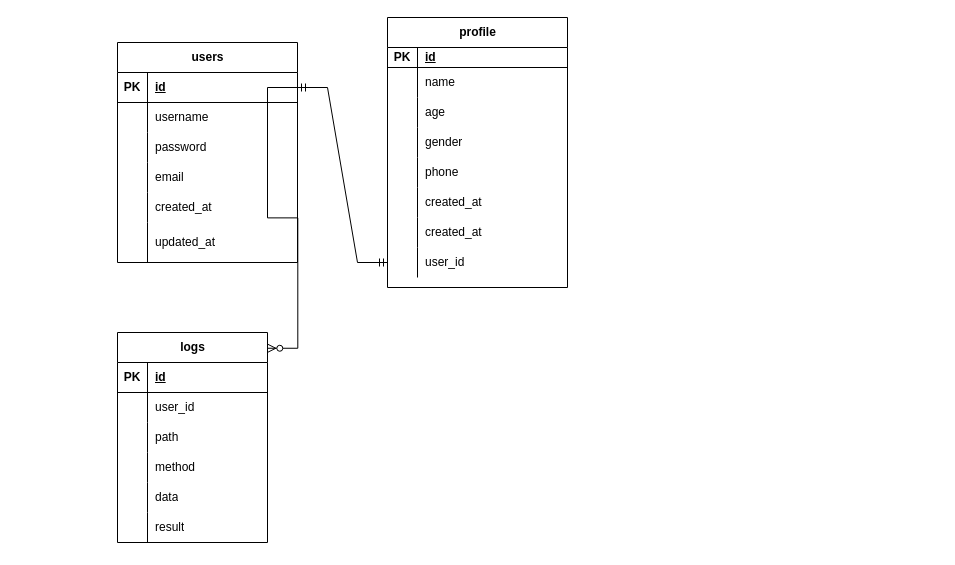
The draw.io diagram mysite.drawio in FlyingFish1314/diagrams, before the edit. Source tidied: cells renumbered, new cells numbered last; positions are measured from the earlier drawing's top-left corner, leaving out a move shared by most shapes. Both pictures are drawn from the tidied source at 100%, with x=0, y=0 at pixel (117, 17).
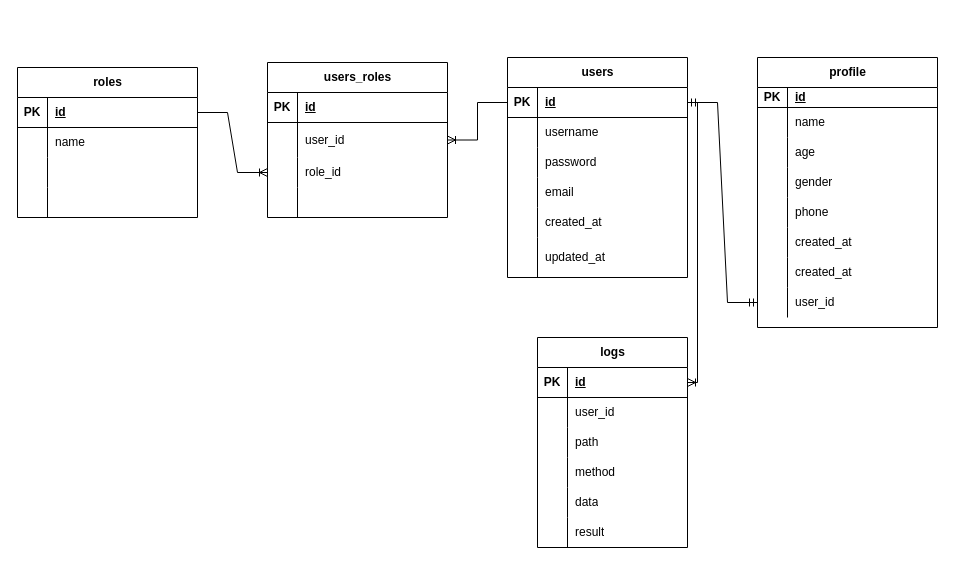
The same page after the edit.

Commit message:
基础关系表

The change refers to these unchanged cells:
```xml
<mxCell id="3" style="shape=tableRow;horizontal=0;startSize=0;swimlaneHead=0;swimlaneBody=0;fillColor=none;points=[[0,0.5],[1,0.5]];portConstraint=eastwest;top=0;left=0;right=0;bottom=1;" parent="2" vertex="1">
  <mxGeometry y="30" width="180" height="30" as="geometry" />
</mxCell>
<mxCell id="48" style="shape=tableRow;horizontal=0;startSize=0;swimlaneHead=0;swimlaneBody=0;fillColor=none;points=[[0,0.5],[1,0.5]];portConstraint=eastwest;top=0;left=0;right=0;bottom=1;" parent="47" vertex="1">
  <mxGeometry y="30" width="150" height="30" as="geometry" />
</mxCell>
```

The edit, as a diff of the source:
```diff
@@
     <mxCell id="2" value="users" style="shape=table;startSize=30;childLayout=tableLayout;rowLines=0;fontStyle=1;align=center;html=1;" parent="1" vertex="1">
-      <mxGeometry y="25" width="180" height="220" as="geometry" />
+      <mxGeometry x="390" y="40" width="180" height="220" as="geometry" />
     </mxCell>
@@
     <mxCell id="21" value="profile" style="shape=table;startSize=30;childLayout=tableLayout;rowLines=0;fontStyle=1;align=center;html=1;" parent="1" vertex="1">
-      <mxGeometry x="270" width="180" height="270" as="geometry" />
+      <mxGeometry x="640" y="40" width="180" height="270" as="geometry" />
     </mxCell>
@@
     <mxCell id="47" value="logs" style="shape=table;startSize=30;childLayout=tableLayout;rowLines=0;fontStyle=1;align=center;html=1;" parent="1" vertex="1">
-      <mxGeometry y="315" width="150" height="210" as="geometry" />
+      <mxGeometry x="420" y="320" width="150" height="210" as="geometry" />
     </mxCell>
@@
-    <mxCell id="66" style="edgeStyle=entityRelationEdgeStyle;fontSize=12;html=1;endArrow=ERzeroToMany;endFill=1;rounded=0;exitX=1;exitY=0.5;exitDx=0;exitDy=0;entryX=1.002;entryY=0.075;entryDx=0;entryDy=0;entryPerimeter=0;" parent="1" edge="1" source="3" target="47">
-      <mxGeometry relative="1" as="geometry" />
-    </mxCell>
+    <mxCell id="67" style="edgeStyle=orthogonalEdgeStyle;fontSize=12;html=1;endArrow=ERoneToMany;rounded=0;exitX=1;exitY=0.5;exitDx=0;exitDy=0;entryX=1;entryY=0.5;entryDx=0;entryDy=0;" parent="1" edge="1" source="3" target="48">
+      <mxGeometry relative="1" as="geometry" />
+    </mxCell>
+    <mxCell id="68" value="users_roles" style="shape=table;startSize=30;childLayout=tableLayout;rowLines=0;fontStyle=1;align=center;html=1;" parent="1" vertex="1">
+      <mxGeometry x="150" y="45" width="180" height="155" as="geometry" />
+    </mxCell>
+    <mxCell id="69" style="shape=tableRow;horizontal=0;startSize=0;swimlaneHead=0;swimlaneBody=0;fillColor=none;top=0;left=0;right=0;bottom=1;" parent="68" vertex="1">
+      <mxGeometry y="30" width="180" height="30" as="geometry" />
+    </mxCell>
+    <mxCell id="70" value="PK" style="shape=partialRectangle;fillColor=none;top=0;left=0;bottom=0;right=0;fontStyle=1;overflow=hidden;whiteSpace=wrap;html=1;" parent="69" vertex="1">
+      <mxGeometry width="30" height="30" as="geometry" />
+    </mxCell>
+    <mxCell id="71" value="id" style="shape=partialRectangle;fillColor=none;top=0;left=0;bottom=0;right=0;align=left;spacingLeft=6;fontStyle=5;overflow=hidden;whiteSpace=wrap;html=1;" parent="69" vertex="1">
+      <mxGeometry x="30" width="150" height="30" as="geometry" />
+    </mxCell>
+    <mxCell id="72" style="shape=tableRow;horizontal=0;startSize=0;swimlaneHead=0;swimlaneBody=0;fillColor=none;points=[[0,0.5],[1,0.5]];portConstraint=eastwest;top=0;left=0;right=0;bottom=0;" parent="68" vertex="1">
+      <mxGeometry y="60" width="180" height="35" as="geometry" />
+    </mxCell>
+    <mxCell id="73" style="shape=partialRectangle;fillColor=none;top=0;left=0;bottom=0;right=0;overflow=hidden;whiteSpace=wrap;html=1;" parent="72" vertex="1">
+      <mxGeometry width="30" height="35" as="geometry" />
+    </mxCell>
+    <mxCell id="74" value="user_id" style="shape=partialRectangle;fillColor=none;top=0;left=0;bottom=0;right=0;align=left;spacingLeft=6;overflow=hidden;whiteSpace=wrap;html=1;" parent="72" vertex="1">
+      <mxGeometry x="30" width="150" height="35" as="geometry" />
+    </mxCell>
+    <mxCell id="75" style="shape=tableRow;horizontal=0;startSize=0;swimlaneHead=0;swimlaneBody=0;fillColor=none;points=[[0,0.5],[1,0.5]];portConstraint=eastwest;top=0;left=0;right=0;bottom=0;" parent="68" vertex="1">
+      <mxGeometry y="95" width="180" height="30" as="geometry" />
+    </mxCell>
+    <mxCell id="76" style="shape=partialRectangle;fillColor=none;top=0;left=0;bottom=0;right=0;overflow=hidden;whiteSpace=wrap;html=1;" parent="75" vertex="1">
+      <mxGeometry width="30" height="30" as="geometry" />
+    </mxCell>
+    <mxCell id="77" value="role_id" style="shape=partialRectangle;fillColor=none;top=0;left=0;bottom=0;right=0;align=left;spacingLeft=6;overflow=hidden;whiteSpace=wrap;html=1;" parent="75" vertex="1">
+      <mxGeometry x="30" width="150" height="30" as="geometry" />
+    </mxCell>
+    <mxCell id="78" style="shape=tableRow;horizontal=0;startSize=0;swimlaneHead=0;swimlaneBody=0;fillColor=none;top=0;left=0;right=0;bottom=0;" parent="68" vertex="1">
+      <mxGeometry y="125" width="180" height="30" as="geometry" />
+    </mxCell>
+    <mxCell id="79" style="shape=partialRectangle;fillColor=none;top=0;left=0;bottom=0;right=0;overflow=hidden;whiteSpace=wrap;html=1;" parent="78" vertex="1">
+      <mxGeometry width="30" height="30" as="geometry" />
+    </mxCell>
+    <mxCell id="80" style="shape=partialRectangle;fillColor=none;top=0;left=0;bottom=0;right=0;align=left;spacingLeft=6;overflow=hidden;whiteSpace=wrap;html=1;" parent="78" vertex="1">
+      <mxGeometry x="30" width="150" height="30" as="geometry" />
+    </mxCell>
+    <mxCell id="81" value="roles" style="shape=table;startSize=30;childLayout=tableLayout;rowLines=0;fontStyle=1;align=center;html=1;" parent="1" vertex="1">
+      <mxGeometry x="-100" y="50" width="180" height="150" as="geometry" />
+    </mxCell>
+    <mxCell id="82" style="shape=tableRow;horizontal=0;startSize=0;swimlaneHead=0;swimlaneBody=0;fillColor=none;points=[[0,0.5],[1,0.5]];portConstraint=eastwest;top=0;left=0;right=0;bottom=1;" parent="81" vertex="1">
+      <mxGeometry y="30" width="180" height="30" as="geometry" />
+    </mxCell>
+    <mxCell id="83" value="PK" style="shape=partialRectangle;fillColor=none;top=0;left=0;bottom=0;right=0;fontStyle=1;overflow=hidden;whiteSpace=wrap;html=1;" parent="82" vertex="1">
+      <mxGeometry width="30" height="30" as="geometry" />
+    </mxCell>
+    <mxCell id="84" value="id" style="shape=partialRectangle;fillColor=none;top=0;left=0;bottom=0;right=0;align=left;spacingLeft=6;fontStyle=5;overflow=hidden;whiteSpace=wrap;html=1;" parent="82" vertex="1">
+      <mxGeometry x="30" width="150" height="30" as="geometry" />
+    </mxCell>
+    <mxCell id="85" style="shape=tableRow;horizontal=0;startSize=0;swimlaneHead=0;swimlaneBody=0;fillColor=none;top=0;left=0;right=0;bottom=0;" parent="81" vertex="1">
+      <mxGeometry y="60" width="180" height="30" as="geometry" />
+    </mxCell>
+    <mxCell id="86" style="shape=partialRectangle;fillColor=none;top=0;left=0;bottom=0;right=0;overflow=hidden;whiteSpace=wrap;html=1;" parent="85" vertex="1">
+      <mxGeometry width="30" height="30" as="geometry" />
+    </mxCell>
+    <mxCell id="87" value="name" style="shape=partialRectangle;fillColor=none;top=0;left=0;bottom=0;right=0;align=left;spacingLeft=6;overflow=hidden;whiteSpace=wrap;html=1;" parent="85" vertex="1">
+      <mxGeometry x="30" width="150" height="30" as="geometry" />
+    </mxCell>
+    <mxCell id="88" style="shape=tableRow;horizontal=0;startSize=0;swimlaneHead=0;swimlaneBody=0;fillColor=none;top=0;left=0;right=0;bottom=0;" parent="81" vertex="1">
+      <mxGeometry y="90" width="180" height="30" as="geometry" />
+    </mxCell>
+    <mxCell id="89" style="shape=partialRectangle;fillColor=none;top=0;left=0;bottom=0;right=0;overflow=hidden;whiteSpace=wrap;html=1;" parent="88" vertex="1">
+      <mxGeometry width="30" height="30" as="geometry" />
+    </mxCell>
+    <mxCell id="90" style="shape=partialRectangle;fillColor=none;top=0;left=0;bottom=0;right=0;align=left;spacingLeft=6;overflow=hidden;whiteSpace=wrap;html=1;strokeColor=default;" parent="88" vertex="1">
+      <mxGeometry x="30" width="150" height="30" as="geometry" />
+    </mxCell>
+    <mxCell id="91" style="shape=tableRow;horizontal=0;startSize=0;swimlaneHead=0;swimlaneBody=0;fillColor=none;top=0;left=0;right=0;bottom=0;" parent="81" vertex="1">
+      <mxGeometry y="120" width="180" height="30" as="geometry" />
+    </mxCell>
+    <mxCell id="92" style="shape=partialRectangle;fillColor=none;top=0;left=0;bottom=0;right=0;overflow=hidden;whiteSpace=wrap;html=1;" parent="91" vertex="1">
+      <mxGeometry width="30" height="30" as="geometry" />
+    </mxCell>
+    <mxCell id="93" style="shape=partialRectangle;fillColor=none;top=0;left=0;bottom=0;right=0;align=left;spacingLeft=6;overflow=hidden;whiteSpace=wrap;html=1;" parent="91" vertex="1">
+      <mxGeometry x="30" width="150" height="30" as="geometry" />
+    </mxCell>
+    <mxCell id="94" style="edgeStyle=entityRelationEdgeStyle;fontSize=12;html=1;endArrow=ERoneToMany;rounded=0;exitX=1;exitY=0.5;exitDx=0;exitDy=0;entryX=0;entryY=0.5;entryDx=0;entryDy=0;" parent="1" edge="1" source="82" target="75">
+      <mxGeometry relative="1" as="geometry" />
+    </mxCell>
+    <mxCell id="95" style="edgeStyle=entityRelationEdgeStyle;fontSize=12;html=1;endArrow=ERoneToMany;rounded=0;exitX=0;exitY=0.5;exitDx=0;exitDy=0;entryX=1;entryY=0.5;entryDx=0;entryDy=0;" parent="1" edge="1" source="3" target="72">
+      <mxGeometry relative="1" as="geometry" />
+    </mxCell>
```
